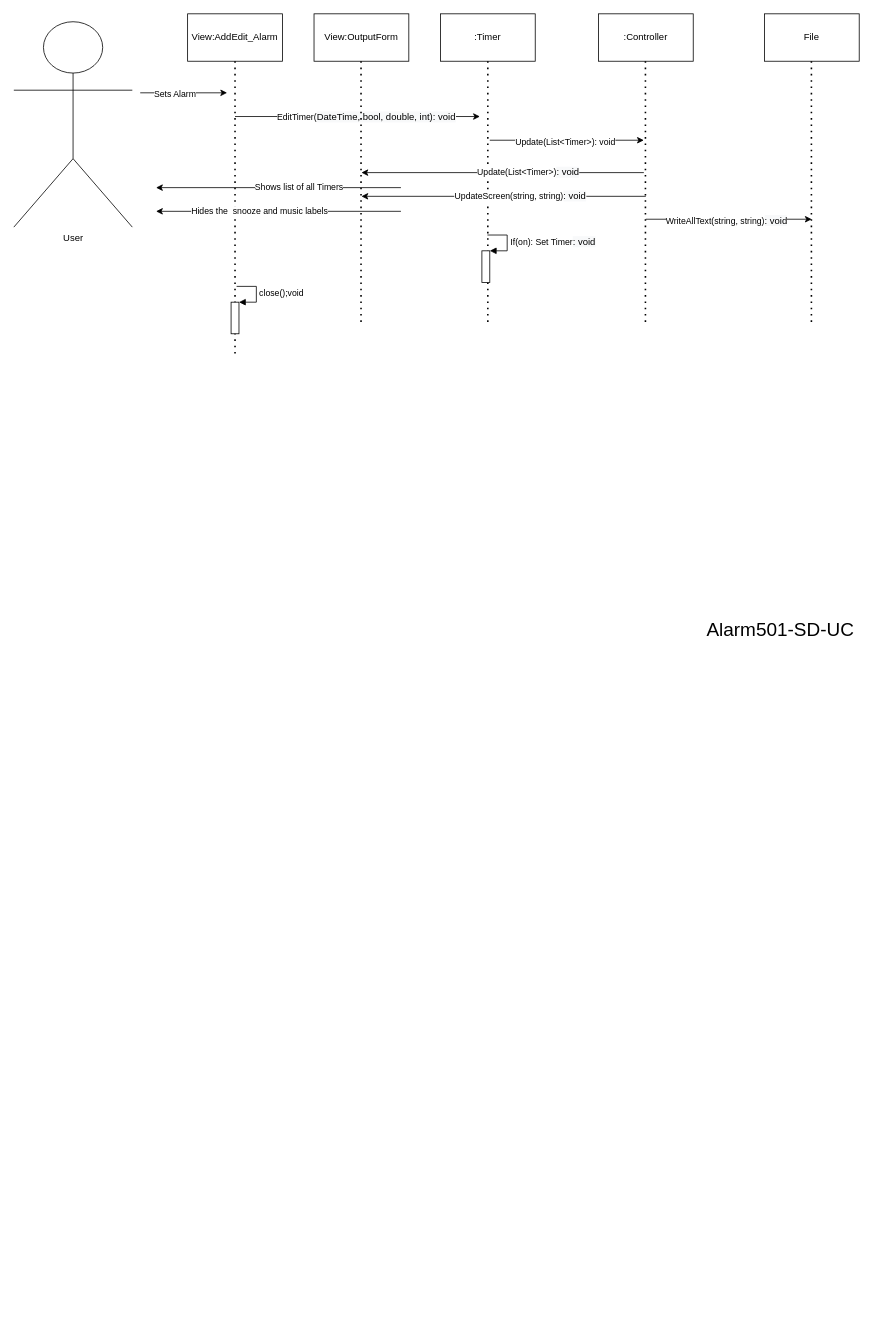
Earlier version of the draw.io diagram page "Page-2" (2 of 2) of Alarm-Project 3.drawio (Rosebaugh/CS501). Source tidied: cells renumbered, new cells numbered last; positions are measured from the earlier drawing's top-left corner, leaving out a move shared by most shapes. Both pictures are drawn from the tidied source at 79%, with x=0, y=0 at pixel (13, 13).
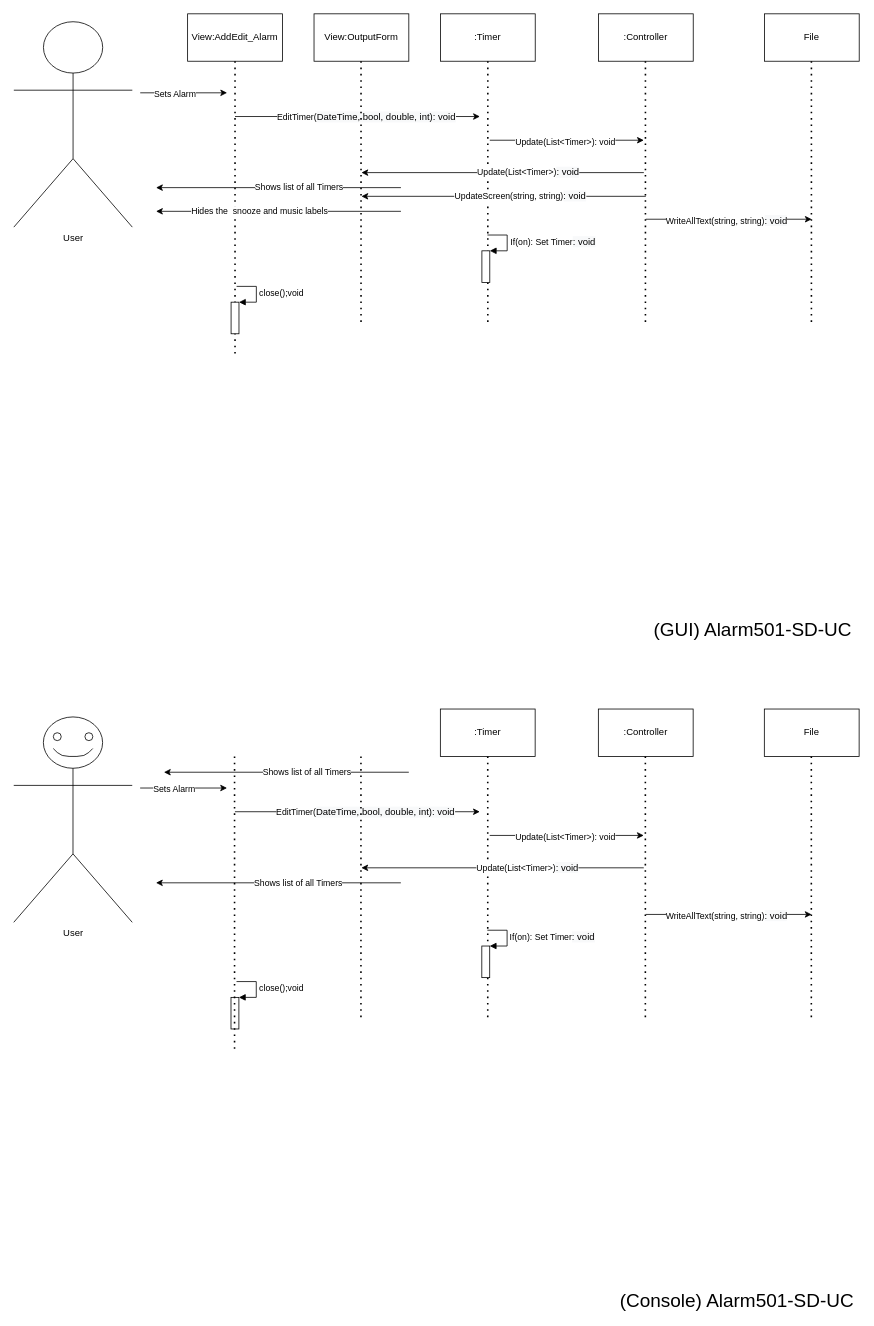
After the change.

Change to the diagram source:
```diff
@@
-    <mxCell id="33" value="&lt;font style=&quot;font-size: 24px&quot;&gt;Alarm501-SD-UC&lt;/font&gt;" style="text;html=1;align=center;verticalAlign=middle;" parent="1" vertex="1">
-      <mxGeometry x="870" y="770" width="200" height="20" as="geometry" />
+    <mxCell id="33" value="&lt;font style=&quot;font-size: 24px&quot;&gt;(GUI) Alarm501-SD-UC&lt;/font&gt;" style="text;html=1;align=center;verticalAlign=middle;" parent="1" vertex="1">
+      <mxGeometry x="800.1" y="770" width="270" height="20" as="geometry" />
     </mxCell>
+    <mxCell id="34" value="&lt;font style=&quot;font-size: 24px&quot;&gt;(Console) Alarm501-SD-UC&lt;/font&gt;" style="text;html=1;align=center;verticalAlign=middle;" parent="1" vertex="1">
+      <mxGeometry x="760.1" y="1620" width="310" height="20" as="geometry" />
+    </mxCell>
+    <mxCell id="35" value="User&lt;br&gt;" style="shape=umlActor;verticalLabelPosition=bottom;verticalAlign=top;html=1;" parent="1" vertex="1">
+      <mxGeometry x="-0.1" y="890" width="150" height="260" as="geometry" />
+    </mxCell>
+    <mxCell id="36" style="endArrow=classic;html=1;" parent="1" edge="1">
+      <mxGeometry relative="1" as="geometry">
+        <mxPoint x="159.9" y="980" as="sourcePoint" />
+        <mxPoint x="269.9" y="980" as="targetPoint" />
+      </mxGeometry>
+    </mxCell>
+    <mxCell id="37" value="Sets Alarm" style="edgeLabel;html=1;align=center;verticalAlign=middle;" parent="36" vertex="1">
+      <mxGeometry x="0.58" y="-1" relative="1" as="geometry">
+        <mxPoint x="-44" as="offset" />
+      </mxGeometry>
+    </mxCell>
+    <mxCell id="38" value=":Timer" style="rounded=0;whiteSpace=wrap;html=1;" parent="1" vertex="1">
+      <mxGeometry x="539.9" y="880" width="120" height="60" as="geometry" />
+    </mxCell>
+    <mxCell id="39" style="endArrow=none;dashed=1;html=1;dashPattern=1 3;strokeWidth=2;entryX=0.5;entryY=1;entryDx=0;entryDy=0;" parent="1" edge="1" target="38">
+      <mxGeometry relative="1" as="geometry">
+        <mxPoint x="599.9" y="1270" as="sourcePoint" />
+      </mxGeometry>
+    </mxCell>
+    <mxCell id="40" style="endArrow=classic;html=1;" parent="1" edge="1">
+      <mxGeometry relative="1" as="geometry">
+        <mxPoint x="279.9" y="1010" as="sourcePoint" />
+        <mxPoint x="589.9" y="1010" as="targetPoint" />
+      </mxGeometry>
+    </mxCell>
+    <mxCell id="41" value="EditTimer(&lt;span style=&quot;font-size: 12px ; background-color: rgb(248 , 249 , 250)&quot;&gt;DateTime, bool, double, int): void&lt;/span&gt;" style="edgeLabel;html=1;align=center;verticalAlign=middle;" parent="40" vertex="1">
+      <mxGeometry x="0.58" y="-1" relative="1" as="geometry">
+        <mxPoint x="-80" y="-1" as="offset" />
+      </mxGeometry>
+    </mxCell>
+    <mxCell id="42" style="html=1;points=[];perimeter=orthogonalPerimeter;" parent="1" vertex="1">
+      <mxGeometry x="592.4" y="1180" width="10" height="40" as="geometry" />
+    </mxCell>
+    <mxCell id="43" value="If(on): Set Timer&lt;span style=&quot;text-align: center ; font-size: 12px ; background-color: rgb(248 , 249 , 250)&quot;&gt;: void&lt;/span&gt;" style="edgeStyle=orthogonalEdgeStyle;html=1;align=left;spacingLeft=2;endArrow=block;rounded=0;entryX=1;entryY=0;" parent="1" edge="1" target="42">
+      <mxGeometry relative="1" as="geometry">
+        <mxPoint x="599.4" y="1160" as="sourcePoint" />
+        <Array as="points">
+          <mxPoint x="624.4" y="1160" />
+        </Array>
+      </mxGeometry>
+    </mxCell>
+    <mxCell id="44" value=":Controller" style="rounded=0;whiteSpace=wrap;html=1;" parent="1" vertex="1">
+      <mxGeometry x="739.9" y="880" width="120" height="60" as="geometry" />
+    </mxCell>
+    <mxCell id="45" style="endArrow=none;dashed=1;html=1;dashPattern=1 3;strokeWidth=2;entryX=0.5;entryY=1;entryDx=0;entryDy=0;" parent="1" edge="1">
+      <mxGeometry relative="1" as="geometry">
+        <mxPoint x="799.4" y="1270" as="sourcePoint" />
+        <mxPoint x="799.4" y="940" as="targetPoint" />
+      </mxGeometry>
+    </mxCell>
+    <mxCell id="46" style="endArrow=classic;html=1;" parent="1" edge="1">
+      <mxGeometry relative="1" as="geometry">
+        <mxPoint x="602.4" y="1040" as="sourcePoint" />
+        <mxPoint x="797.4" y="1040" as="targetPoint" />
+      </mxGeometry>
+    </mxCell>
+    <mxCell id="47" value="Update(List&amp;lt;Timer&amp;gt;): void" style="edgeLabel;html=1;align=center;verticalAlign=middle;" parent="46" vertex="1">
+      <mxGeometry x="0.58" y="-1" relative="1" as="geometry">
+        <mxPoint x="-59" as="offset" />
+      </mxGeometry>
+    </mxCell>
+    <mxCell id="48" style="endArrow=none;dashed=1;html=1;dashPattern=1 3;strokeWidth=2;entryX=0.5;entryY=1;entryDx=0;entryDy=0;" parent="1" edge="1">
+      <mxGeometry relative="1" as="geometry">
+        <mxPoint x="439.4" y="1270" as="sourcePoint" />
+        <mxPoint x="439.4" y="940" as="targetPoint" />
+      </mxGeometry>
+    </mxCell>
+    <mxCell id="49" style="endArrow=classic;html=1;" parent="1" edge="1">
+      <mxGeometry relative="1" as="geometry">
+        <mxPoint x="797.4" y="1081" as="sourcePoint" />
+        <mxPoint x="439.9" y="1081" as="targetPoint" />
+      </mxGeometry>
+    </mxCell>
+    <mxCell id="50" value="Update(List&amp;lt;Timer&amp;gt;)&lt;span style=&quot;font-size: 12px ; background-color: rgb(248 , 249 , 250)&quot;&gt;: void&lt;/span&gt;" style="edgeLabel;html=1;align=center;verticalAlign=middle;" parent="49" vertex="1">
+      <mxGeometry x="0.58" y="-1" relative="1" as="geometry">
+        <mxPoint x="134.5" as="offset" />
+      </mxGeometry>
+    </mxCell>
+    <mxCell id="51" value="File" style="rounded=0;whiteSpace=wrap;html=1;" parent="1" vertex="1">
+      <mxGeometry x="950" y="880" width="120" height="60" as="geometry" />
+    </mxCell>
+    <mxCell id="52" style="endArrow=none;dashed=1;html=1;dashPattern=1 3;strokeWidth=2;entryX=0.5;entryY=1;entryDx=0;entryDy=0;" parent="1" edge="1">
+      <mxGeometry relative="1" as="geometry">
+        <mxPoint x="1009.5" y="1270" as="sourcePoint" />
+        <mxPoint x="1009.5" y="940" as="targetPoint" />
+      </mxGeometry>
+    </mxCell>
+    <mxCell id="53" style="endArrow=classic;html=1;" parent="1" edge="1">
+      <mxGeometry relative="1" as="geometry">
+        <mxPoint x="799.9" y="1140" as="sourcePoint" />
+        <mxPoint x="1009.9" y="1140" as="targetPoint" />
+      </mxGeometry>
+    </mxCell>
+    <mxCell id="54" value="WriteAllText(string, string)&lt;span style=&quot;font-size: 12px ; background-color: rgb(248 , 249 , 250)&quot;&gt;: void&lt;/span&gt;" style="edgeLabel;html=1;align=center;verticalAlign=middle;" parent="53" vertex="1">
+      <mxGeometry x="0.58" y="-1" relative="1" as="geometry">
+        <mxPoint x="-64.2" as="offset" />
+      </mxGeometry>
+    </mxCell>
+    <mxCell id="55" style="html=1;points=[];perimeter=orthogonalPerimeter;" parent="1" vertex="1">
+      <mxGeometry x="274.9" y="1245" width="10" height="40" as="geometry" />
+    </mxCell>
+    <mxCell id="56" value="close();void" style="edgeStyle=orthogonalEdgeStyle;html=1;align=left;spacingLeft=2;endArrow=block;rounded=0;entryX=1;entryY=0;" parent="1" edge="1" target="55">
+      <mxGeometry relative="1" as="geometry">
+        <mxPoint x="281.9" y="1225" as="sourcePoint" />
+        <Array as="points">
+          <mxPoint x="306.9" y="1225" />
+        </Array>
+      </mxGeometry>
+    </mxCell>
+    <mxCell id="57" style="endArrow=classic;html=1;" parent="1" edge="1">
+      <mxGeometry relative="1" as="geometry">
+        <mxPoint x="489.9" y="1100" as="sourcePoint" />
+        <mxPoint x="179.9" y="1100" as="targetPoint" />
+      </mxGeometry>
+    </mxCell>
+    <mxCell id="58" value="Shows list of all Timers" style="edgeLabel;html=1;align=center;verticalAlign=middle;" parent="57" vertex="1">
+      <mxGeometry x="0.58" y="-1" relative="1" as="geometry">
+        <mxPoint x="115" as="offset" />
+      </mxGeometry>
+    </mxCell>
+    <mxCell id="59" style="endArrow=none;dashed=1;html=1;dashPattern=1 3;strokeWidth=2;entryX=0.5;entryY=1;entryDx=0;entryDy=0;" parent="1" edge="1">
+      <mxGeometry relative="1" as="geometry">
+        <mxPoint x="279.4" y="1310" as="sourcePoint" />
+        <mxPoint x="279.4" y="940" as="targetPoint" />
+      </mxGeometry>
+    </mxCell>
+    <mxCell id="60" style="endArrow=classic;html=1;" parent="1" edge="1">
+      <mxGeometry relative="1" as="geometry">
+        <mxPoint x="500" y="960" as="sourcePoint" />
+        <mxPoint x="190" y="960" as="targetPoint" />
+      </mxGeometry>
+    </mxCell>
+    <mxCell id="61" value="Shows list of all Timers" style="edgeLabel;html=1;align=center;verticalAlign=middle;" parent="60" vertex="1">
+      <mxGeometry x="0.58" y="-1" relative="1" as="geometry">
+        <mxPoint x="115" as="offset" />
+      </mxGeometry>
+    </mxCell>
+    <mxCell id="62" style="ellipse;whiteSpace=wrap;html=1;" parent="1" vertex="1">
+      <mxGeometry x="50" y="910" width="10" height="10" as="geometry" />
+    </mxCell>
+    <mxCell id="63" style="ellipse;whiteSpace=wrap;html=1;" parent="1" vertex="1">
+      <mxGeometry x="90" y="910" width="10" height="10" as="geometry" />
+    </mxCell>
+    <mxCell id="64" style="endArrow=none;html=1;" parent="1" edge="1">
+      <mxGeometry relative="1" as="geometry">
+        <mxPoint x="99.9" y="930" as="sourcePoint" />
+        <mxPoint x="49.9" y="930" as="targetPoint" />
+        <Array as="points">
+          <mxPoint x="89.9" y="940" />
+          <mxPoint x="60" y="940" />
+        </Array>
+      </mxGeometry>
+    </mxCell>
```
